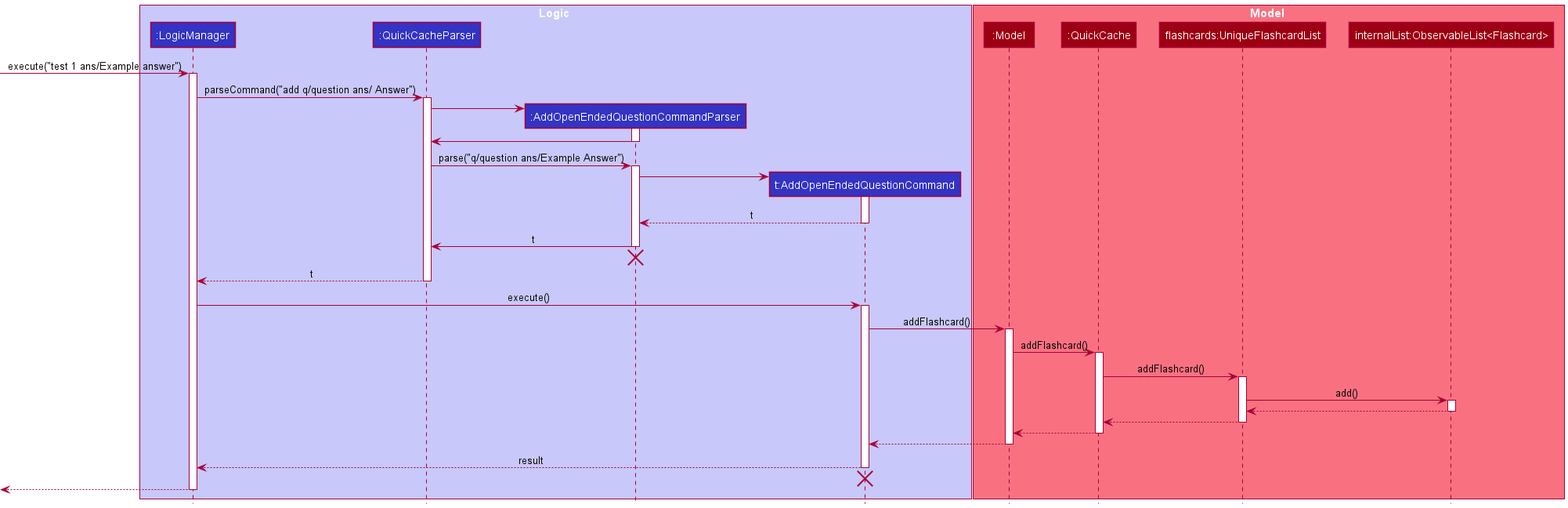
nus-cs2103-AY2021S1/tp keeps this PlantUML diagram as docs/images/AddOpenEndedSequenceDiagram.png. Above is the earlier version.
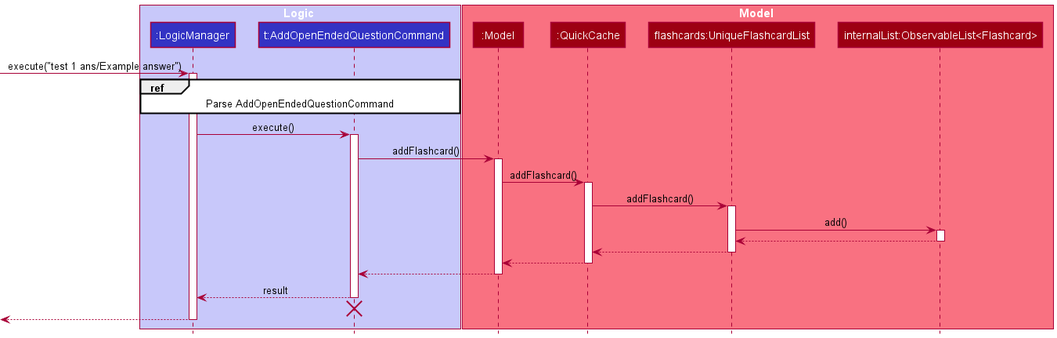
The same file after the commit.

Change to the diagram source:
```diff
@@ -3,8 +3,6 @@
 
 box Logic LOGIC_COLOR_T1
 participant ":LogicManager" as LogicManager LOGIC_COLOR
-participant ":QuickCacheParser" as QuickCacheParser LOGIC_COLOR
-participant ":AddOpenEndedQuestionCommandParser" as AddOpenEndedQuestionCommandParser LOGIC_COLOR
 participant "t:AddOpenEndedQuestionCommand" as AddOpenEndedQuestionCommand LOGIC_COLOR
 end box
 
@@ -17,34 +15,8 @@
 [-> LogicManager : execute("test 1 ans/Example answer")
 activate LogicManager
 
-LogicManager -> QuickCacheParser : parseCommand("add q/question ans/ Answer")
-activate QuickCacheParser
+ref over LogicManager, AddOpenEndedQuestionCommand : Parse AddOpenEndedQuestionCommand
 
-create AddOpenEndedQuestionCommandParser
-QuickCacheParser -> AddOpenEndedQuestionCommandParser
-activate AddOpenEndedQuestionCommandParser
-
-AddOpenEndedQuestionCommandParser -> QuickCacheParser
-deactivate AddOpenEndedQuestionCommandParser
-
-QuickCacheParser -> AddOpenEndedQuestionCommandParser : parse("q/question ans/Example Answer")
-activate AddOpenEndedQuestionCommandParser
-
-create AddOpenEndedQuestionCommand
-AddOpenEndedQuestionCommandParser -> AddOpenEndedQuestionCommand
-activate AddOpenEndedQuestionCommand
-
-AddOpenEndedQuestionCommand --> AddOpenEndedQuestionCommandParser : t
-deactivate AddOpenEndedQuestionCommand
-
-AddOpenEndedQuestionCommandParser -> QuickCacheParser : t
-deactivate AddOpenEndedQuestionCommandParser
-
-AddOpenEndedQuestionCommandParser -[hidden]-> QuickCacheParser
-destroy AddOpenEndedQuestionCommandParser
-
-QuickCacheParser --> LogicManager : t
-deactivate QuickCacheParser
 
 LogicManager -> AddOpenEndedQuestionCommand : execute()
 activate AddOpenEndedQuestionCommand
```
